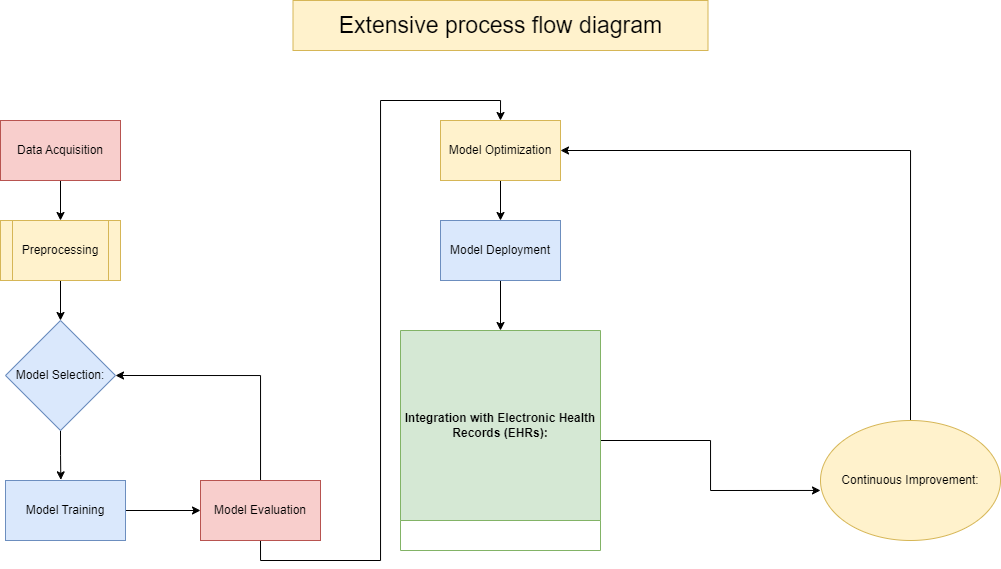
Before: Lung Cancer Detection.drawio.png, a diagram exported from draw.io (belanasaikiran/FlowCharts). Source tidied: cells renumbered, new cells last; positions are measured from the earlier drawing's top-left corner, leaving out a move shared by most shapes.
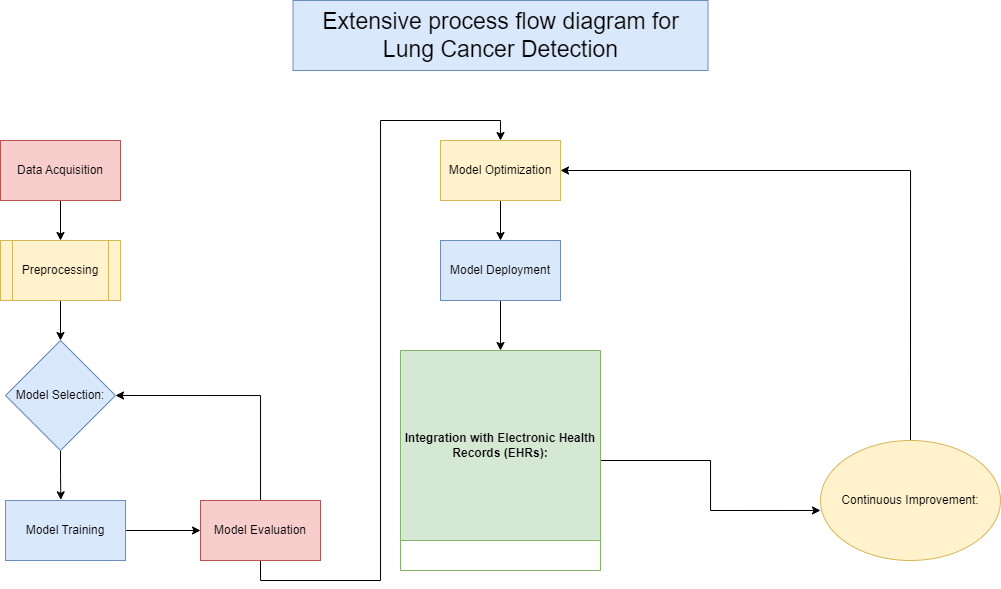
The same diagram one commit later.

Diff of the diagram source:
```diff
@@ -67,8 +67,8 @@
     <mxCell id="20" value="Continuous Improvement: " style="ellipse;whiteSpace=wrap;html=1;fillColor=#fff2cc;strokeColor=#d6b656;" parent="1" vertex="1">
       <mxGeometry x="820" y="420" width="180" height="120" as="geometry" />
     </mxCell>
-    <mxCell id="21" value="&lt;font style=&quot;font-size: 23px;&quot;&gt;Extensive process flow diagram&lt;/font&gt;" style="text;html=1;strokeColor=#d6b656;fillColor=#fff2cc;align=center;verticalAlign=middle;whiteSpace=wrap;rounded=0;labelBackgroundColor=none;labelBorderColor=none;spacing=15;fontSize=19;" parent="1" vertex="1">
-      <mxGeometry x="292.5" width="415" height="50" as="geometry" />
+    <mxCell id="21" value="&lt;font style=&quot;font-size: 23px;&quot;&gt;Extensive process flow diagram for Lung Cancer Detection&lt;/font&gt;" style="text;html=1;strokeColor=#6c8ebf;fillColor=#dae8fc;align=center;verticalAlign=middle;whiteSpace=wrap;rounded=0;labelBackgroundColor=none;labelBorderColor=none;spacing=15;fontSize=19;" parent="1" vertex="1">
+      <mxGeometry x="292.5" y="-20" width="415" height="70" as="geometry" />
     </mxCell>
   </root>
 </mxGraphModel>
```
